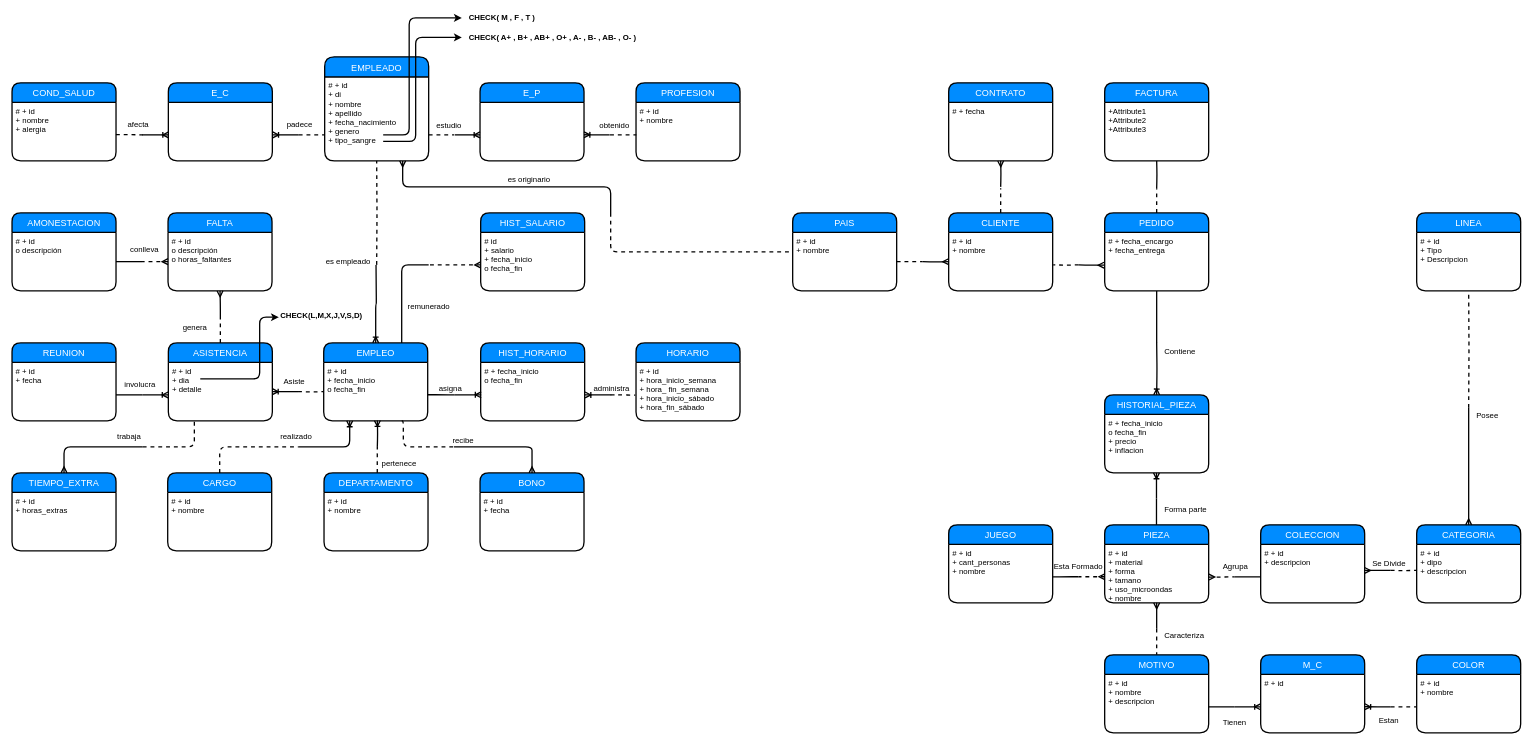
This is Documentos/Rubrica1/MER.drawio from gctv01/BD1Project2019, a draw.io file, before an edit. Source tidied: cells renumbered, new cells numbered last; positions are measured from the earlier drawing's top-left corner, leaving out a move shared by most shapes. Both pictures are drawn from the tidied source at 65%, with x=0, y=0 at pixel (12, 11).
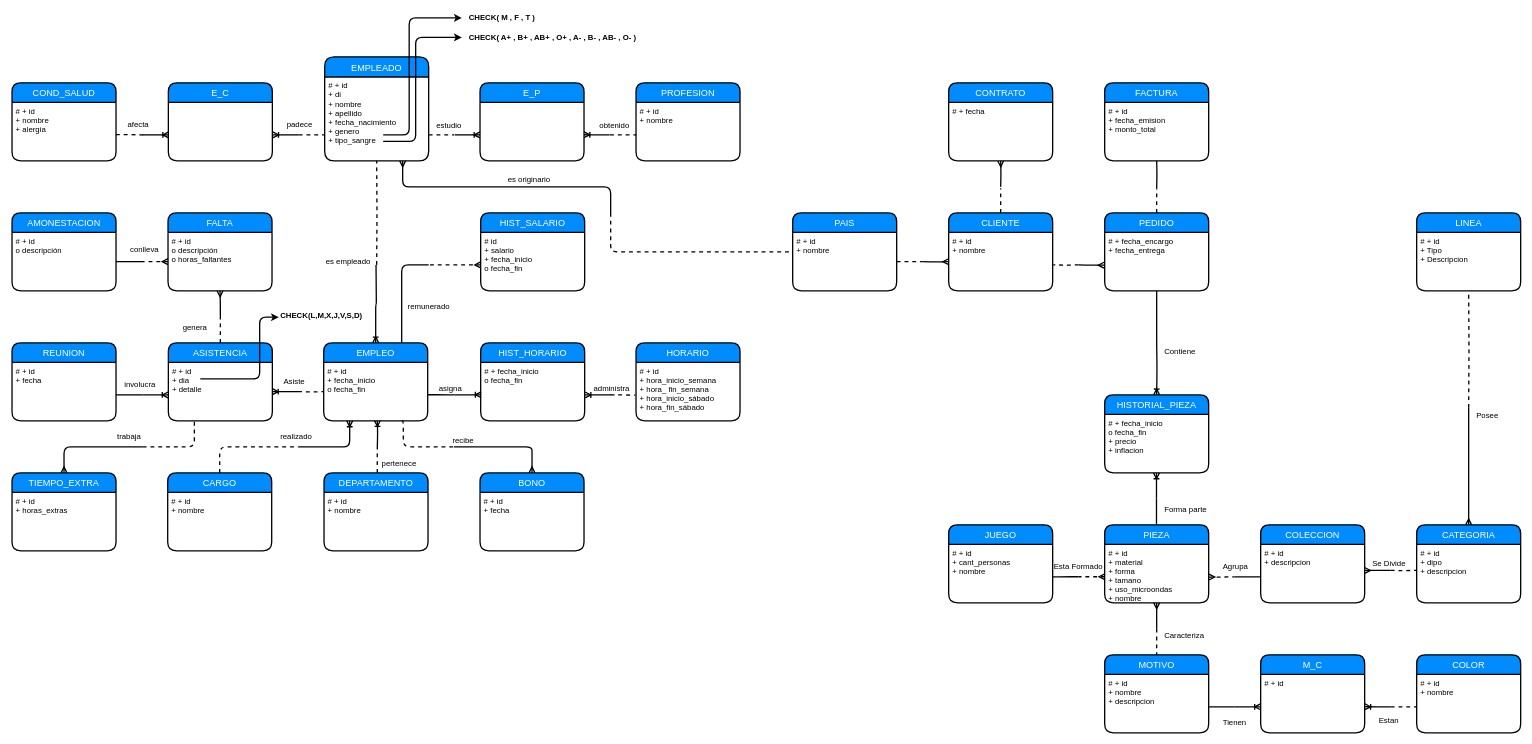
The same diagram, later.

The change refers to these unchanged cells:
```xml
<mxCell id="48" value="FACTURA" style="swimlane;horizontal=1;startSize=30;fillColor=#008cff;fontColor=#FFFFFF;rounded=1;fontSize=14;fontStyle=0;strokeWidth=2;shadow=0;dashed=0;align=center;" parent="1" vertex="1">
  <mxGeometry x="1681" y="110" width="160" height="120" as="geometry" />
</mxCell>
```

Change to the diagram source:
```diff
@@
-    <mxCell id="49" value="+Attribute1&#10;+Attribute2&#10;+Attribute3" style="align=left;strokeColor=none;fillColor=none;spacingLeft=4;fontSize=12;verticalAlign=top;" parent="48" vertex="1">
+    <mxCell id="49" value="# + id&#10;+ fecha_emision&#10;+ monto_total&#10;" style="align=left;strokeColor=none;fillColor=none;spacingLeft=4;fontSize=12;verticalAlign=top;" parent="48" vertex="1">
       <mxGeometry y="30" width="160" height="90" as="geometry" />
     </mxCell>
```
